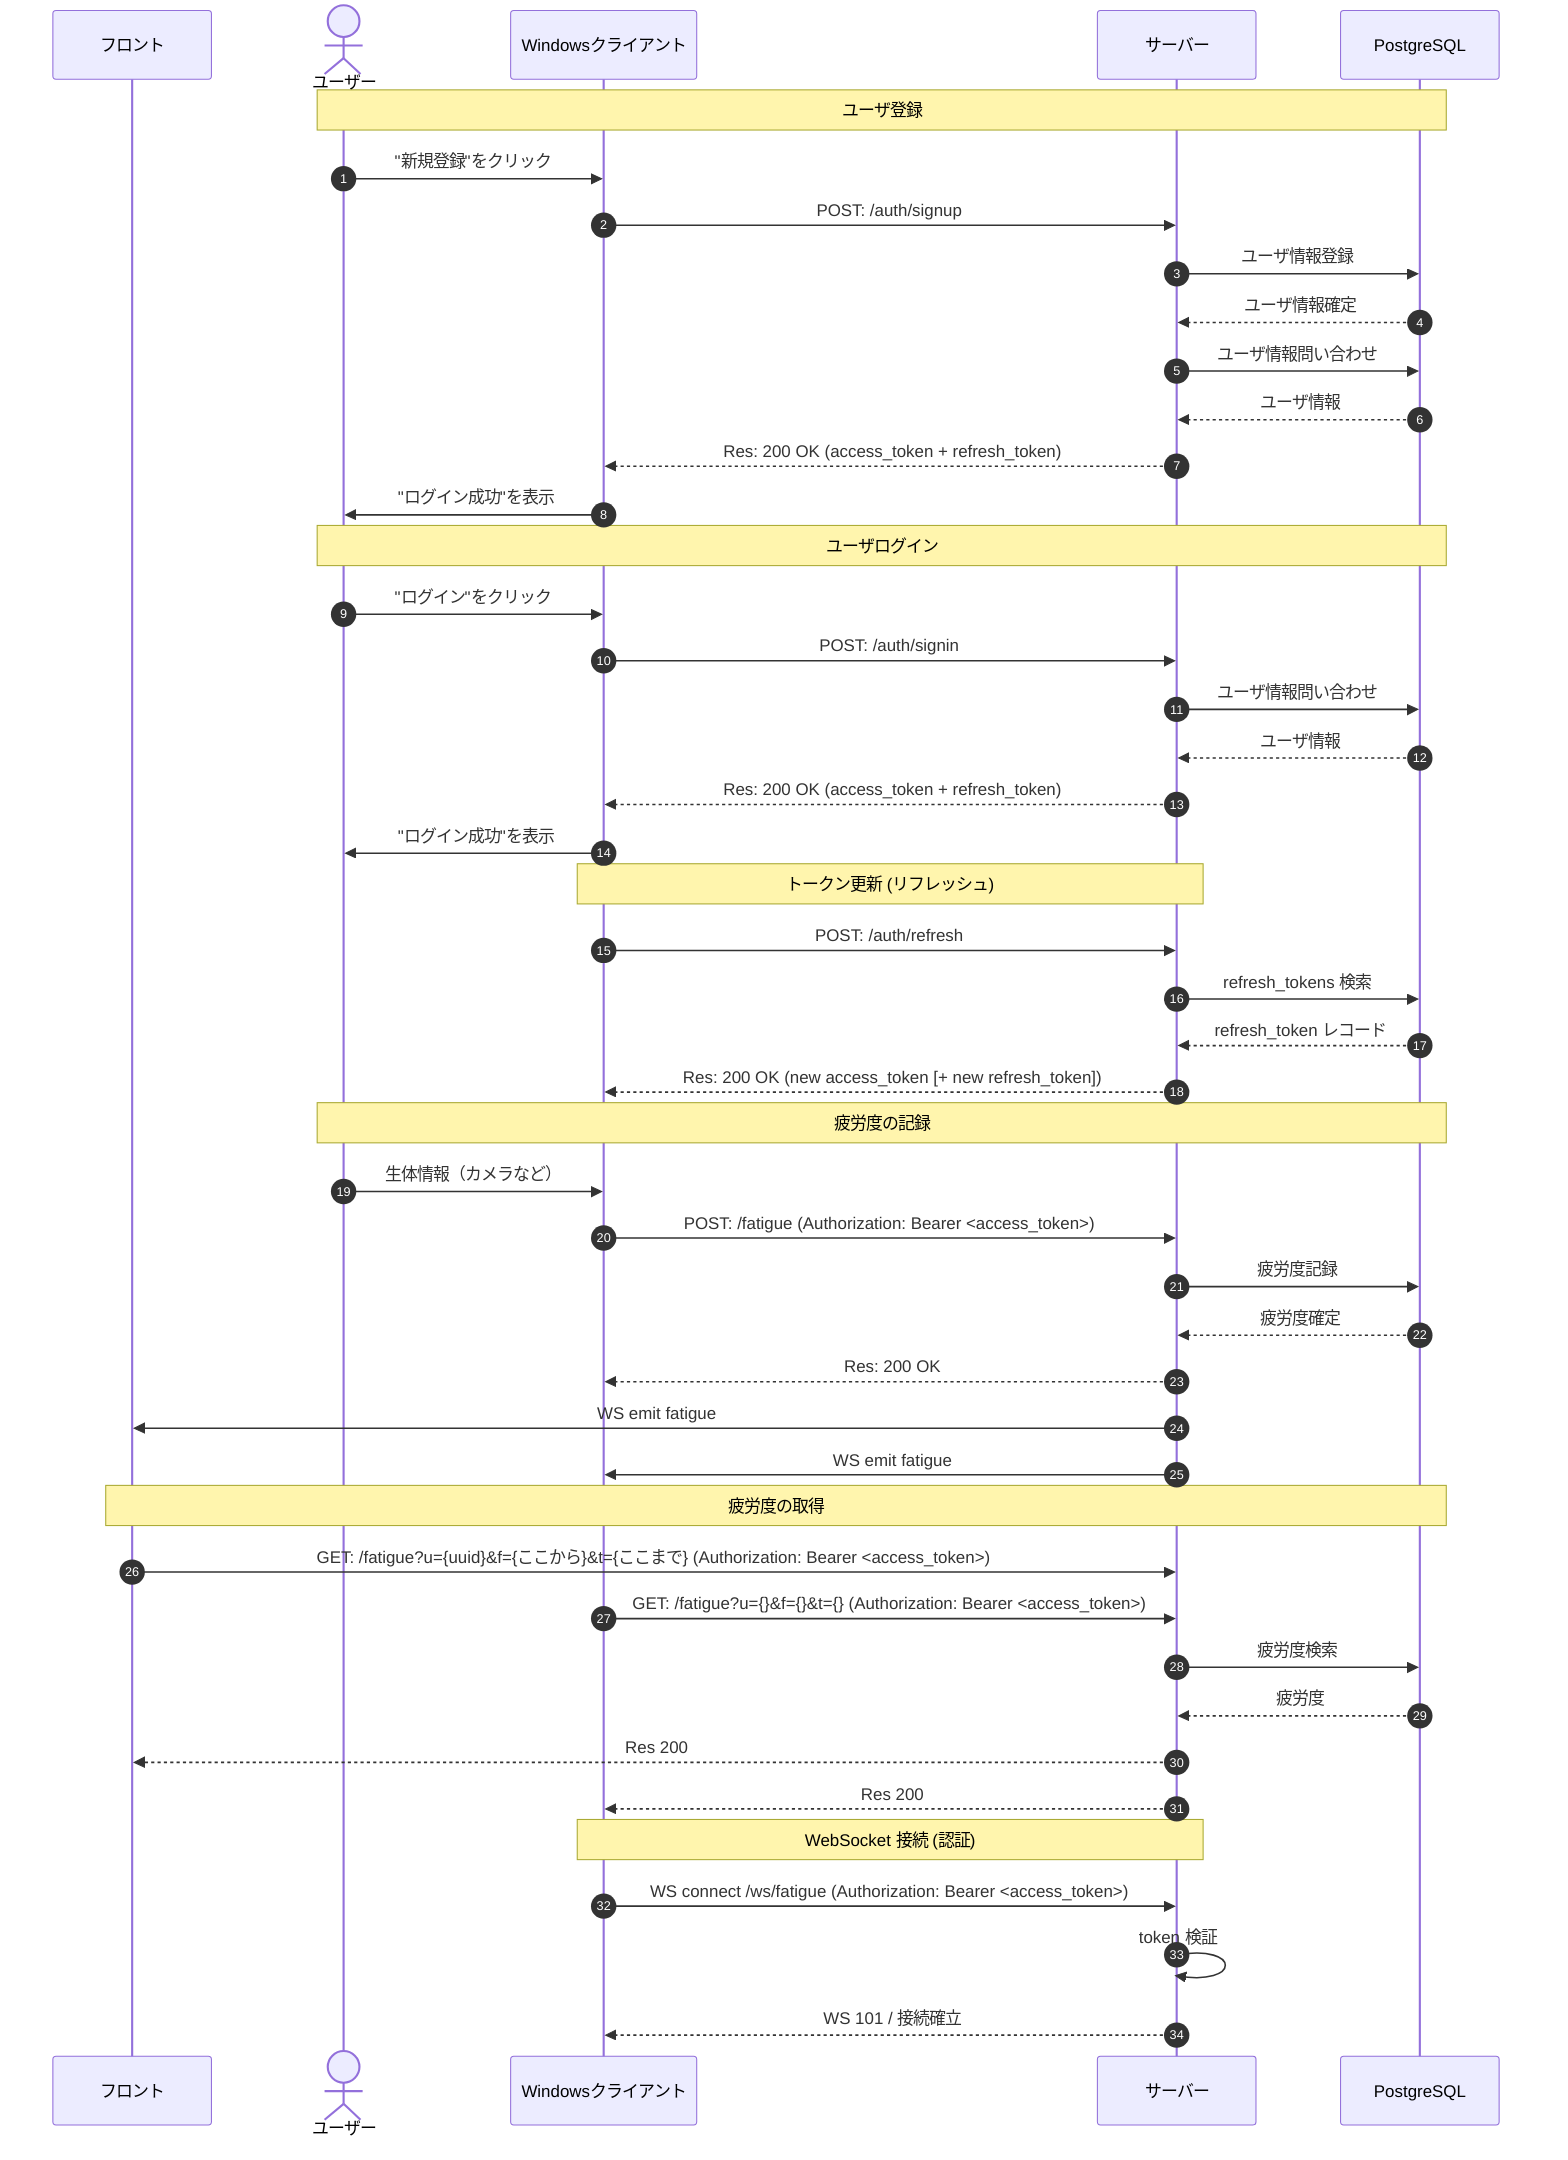
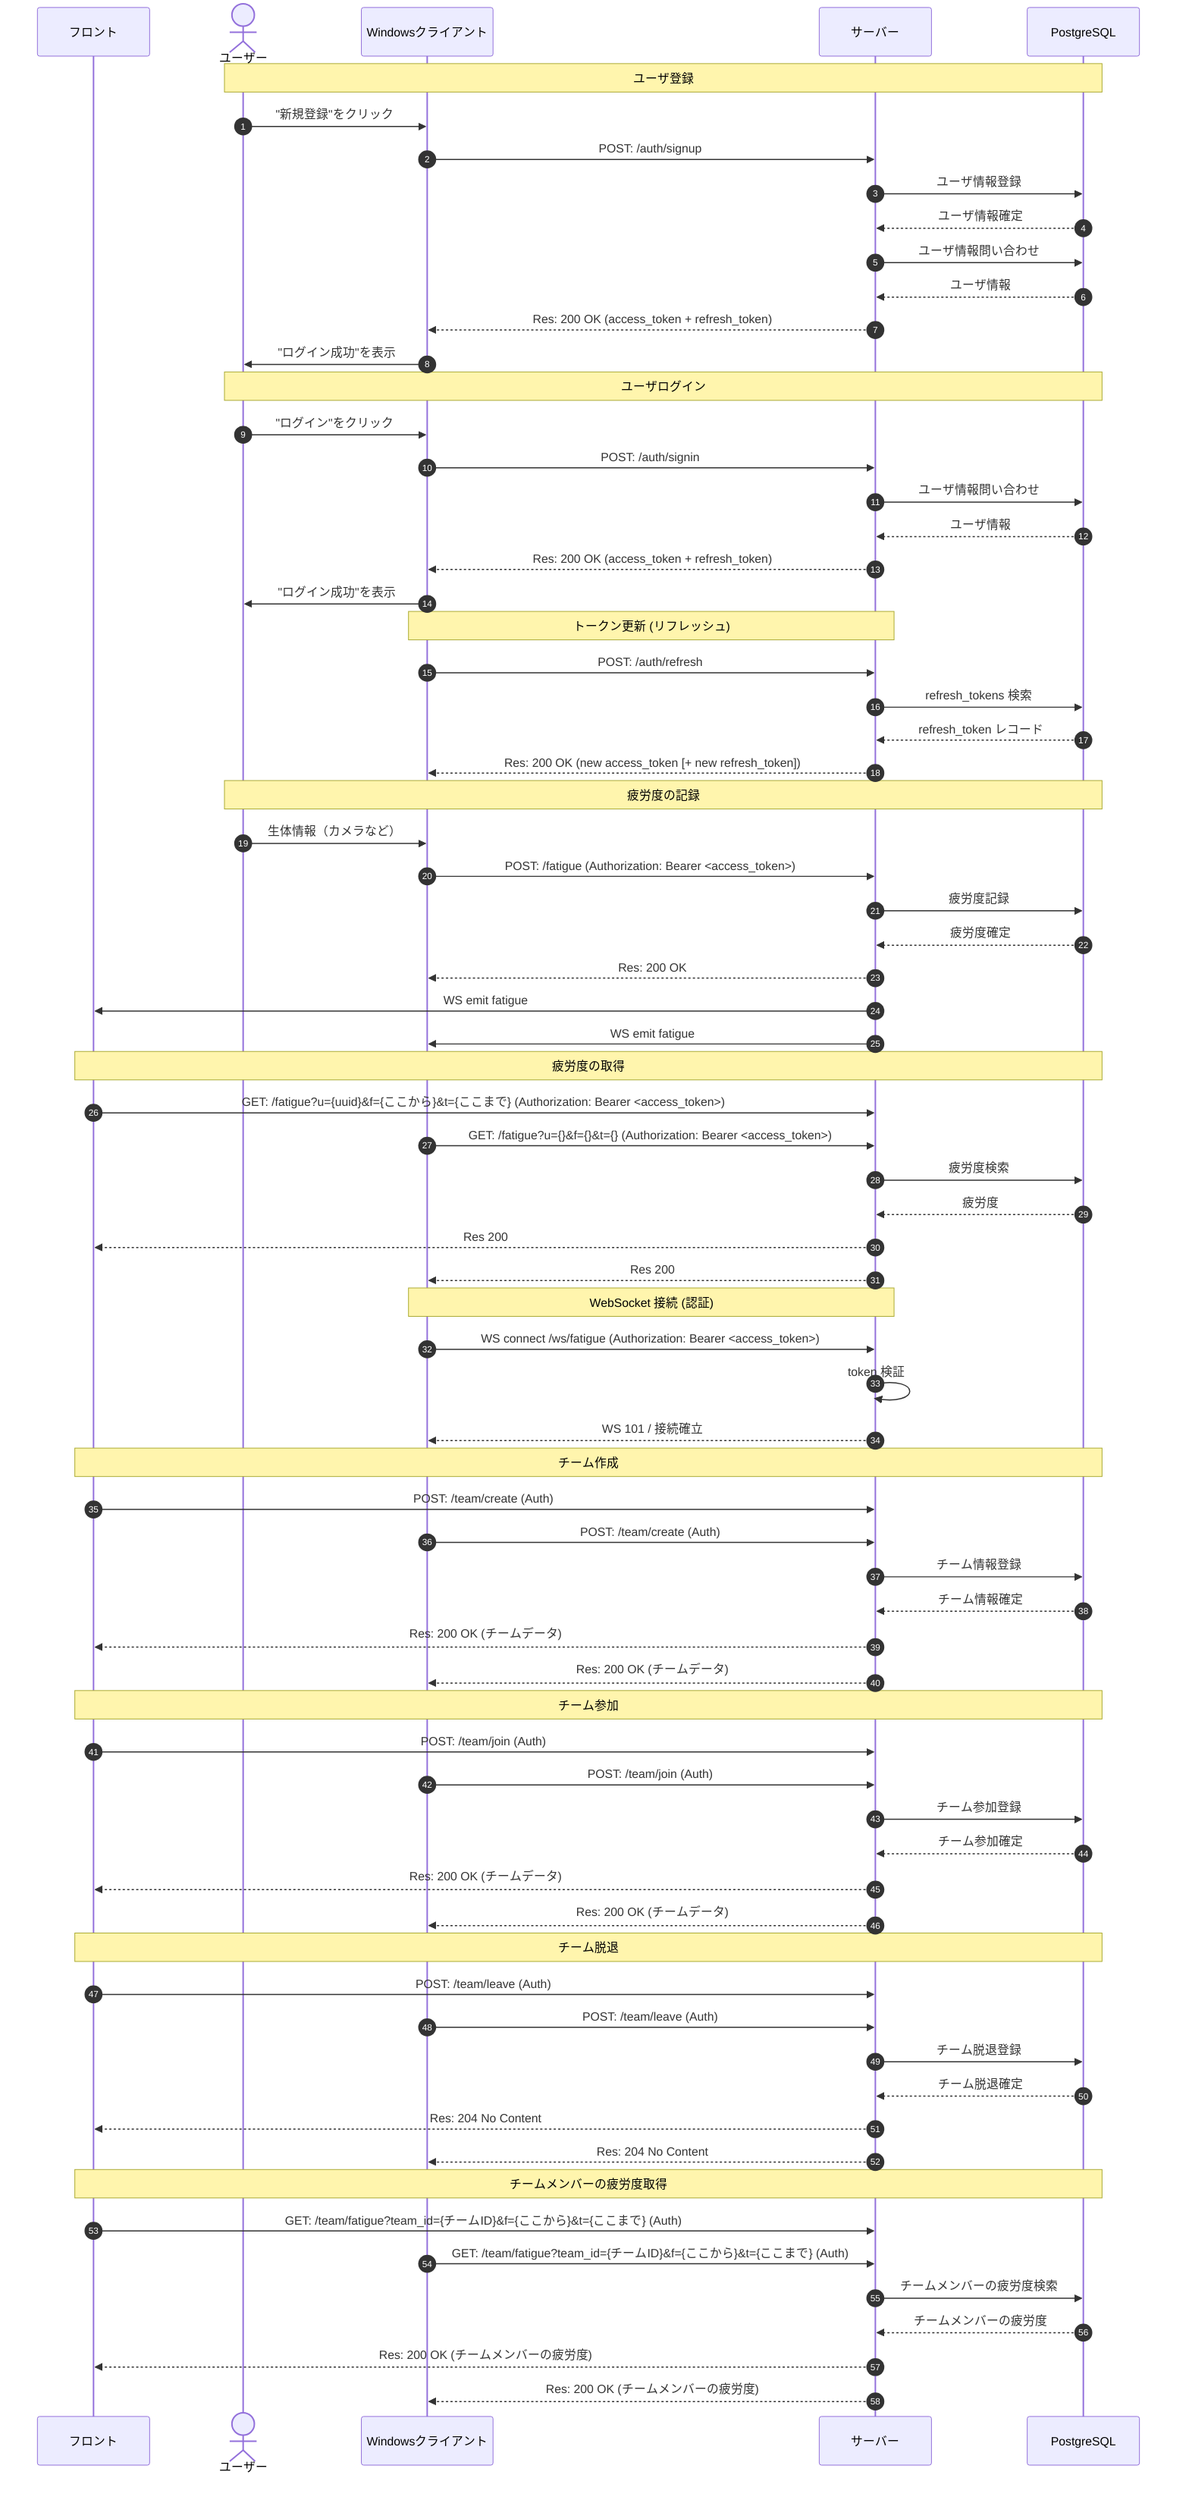
sequenceDiagram
  autonumber
  participant Frontend as フロント
  actor User as ユーザー
  participant Desktop as Windowsクライアント
  participant Backend as サーバー
  participant DB as PostgreSQL

  Note over User, DB: ユーザ登録
  User->>Desktop: "新規登録"をクリック
  Desktop->>Backend: POST: /auth/signup
  Backend->>DB: ユーザ情報登録
  DB-->>Backend: ユーザ情報確定
  Backend->>DB: ユーザ情報問い合わせ
  DB-->>Backend: ユーザ情報
  Backend-->>Desktop: Res: 200 OK (access_token + refresh_token)
  Desktop->>User: "ログイン成功"を表示

  Note over User, DB: ユーザログイン
  User->>Desktop: "ログイン"をクリック
  Desktop->>Backend: POST: /auth/signin
  Backend->>DB: ユーザ情報問い合わせ
  DB-->>Backend: ユーザ情報
  Backend-->>Desktop: Res: 200 OK (access_token + refresh_token)
  Desktop->>User: "ログイン成功"を表示

  Note over Desktop, Backend: トークン更新 (リフレッシュ)
  Desktop->>Backend: POST: /auth/refresh
  Backend->>DB: refresh_tokens 検索
  DB-->>Backend: refresh_token レコード
  Backend-->>Desktop: Res: 200 OK (new access_token [+ new refresh_token])


  Note over User, DB: 疲労度の記録
  User->>Desktop: 生体情報（カメラなど）
  Desktop->>Backend: POST: /fatigue (Authorization: Bearer <access_token>)
  Backend->>DB: 疲労度記録
  DB-->>Backend: 疲労度確定
  Backend-->>Desktop: Res: 200 OK
  Backend->>Frontend: WS emit fatigue
  Backend->>Desktop: WS emit fatigue

  Note over Frontend, DB: 疲労度の取得
  Frontend->>Backend: GET: /fatigue?u={uuid}&f={ここから}&t={ここまで} (Authorization: Bearer <access_token>)
  Desktop->>Backend: GET: /fatigue?u={}&f={}&t={} (Authorization: Bearer <access_token>)
  Backend->>DB: 疲労度検索
  DB-->>Backend: 疲労度
  Backend-->>Frontend: Res 200
  Backend-->>Desktop: Res 200

  Note over Desktop, Backend: WebSocket 接続 (認証)
  Desktop->>Backend: WS connect /ws/fatigue (Authorization: Bearer <access_token>)
  Backend->>Backend: token 検証
  Backend-->>Desktop: WS 101 / 接続確立
+ 
+   Note over Frontend, DB: チーム作成
+   Frontend->>Backend: POST: /team/create (Auth)
+   Desktop->>Backend: POST: /team/create (Auth)
+   Backend->>DB: チーム情報登録
+   DB-->>Backend: チーム情報確定
+   Backend-->>Frontend: Res: 200 OK (チームデータ)
+   Backend-->>Desktop: Res: 200 OK (チームデータ)
+ 
+   Note over Frontend, DB: チーム参加
+   Frontend->>Backend: POST: /team/join (Auth)
+   Desktop->>Backend: POST: /team/join (Auth)
+   Backend->>DB: チーム参加登録
+   DB-->>Backend: チーム参加確定
+   Backend-->>Frontend: Res: 200 OK (チームデータ)
+   Backend-->>Desktop: Res: 200 OK (チームデータ)
+ 
+   Note over Frontend, DB: チーム脱退
+   Frontend->>Backend: POST: /team/leave (Auth)
+   Desktop->>Backend: POST: /team/leave (Auth)
+   Backend->>DB: チーム脱退登録
+   DB-->>Backend: チーム脱退確定
+   Backend-->>Frontend: Res: 204 No Content
+   Backend-->>Desktop: Res: 204 No Content
+ 
+   Note over Frontend, DB: チームメンバーの疲労度取得
+   Frontend->>Backend: GET: /team/fatigue?team_id={チームID}&f={ここから}&t={ここまで} (Auth)
+   Desktop->>Backend: GET: /team/fatigue?team_id={チームID}&f={ここから}&t={ここまで} (Auth)
+   Backend->>DB: チームメンバーの疲労度検索
+   DB-->>Backend: チームメンバーの疲労度
+   Backend-->>Frontend: Res: 200 OK (チームメンバーの疲労度)
+   Backend-->>Desktop: Res: 200 OK (チームメンバーの疲労度)
